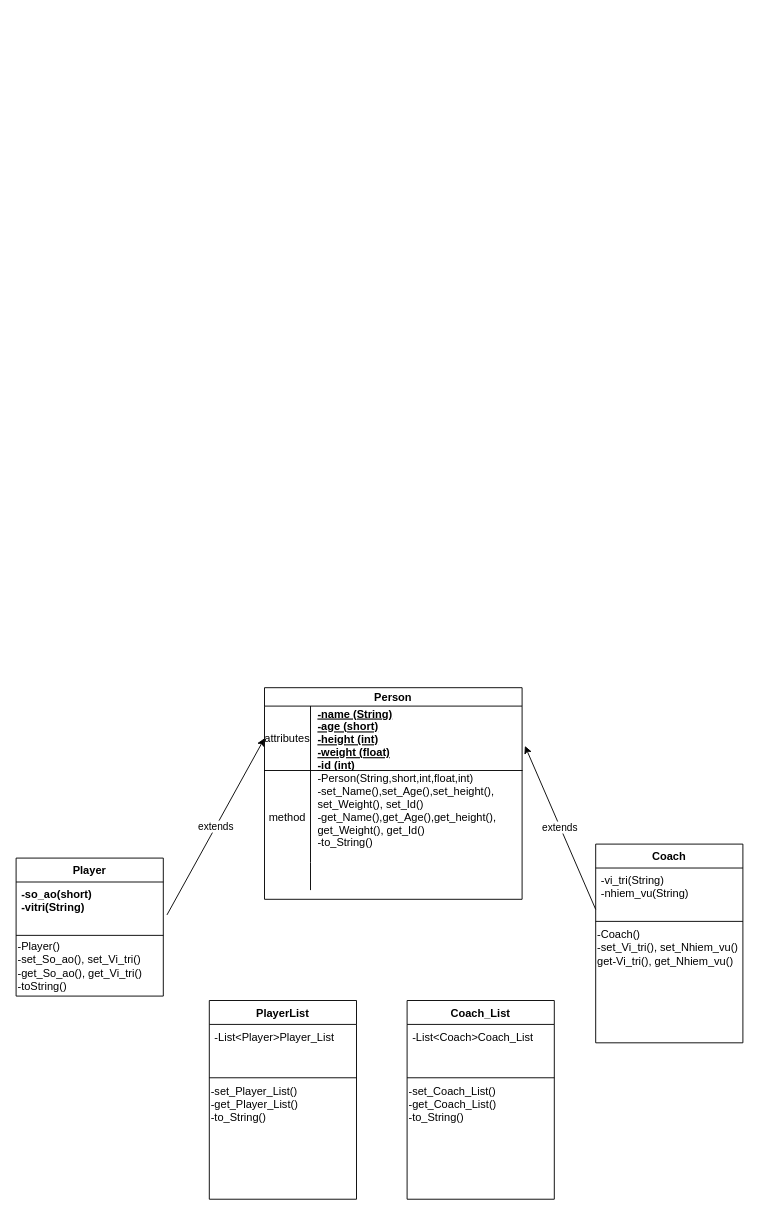
Earlier version of the draw.io diagram Untitled Diagram.drawio (ThanhVuNe/test). Source tidied: cells renumbered, new cells numbered last; positions are measured from the earlier drawing's top-left corner, leaving out a move shared by most shapes. Both pictures are drawn from the tidied source at 92%, with x=0, y=0 at pixel (16, 687).
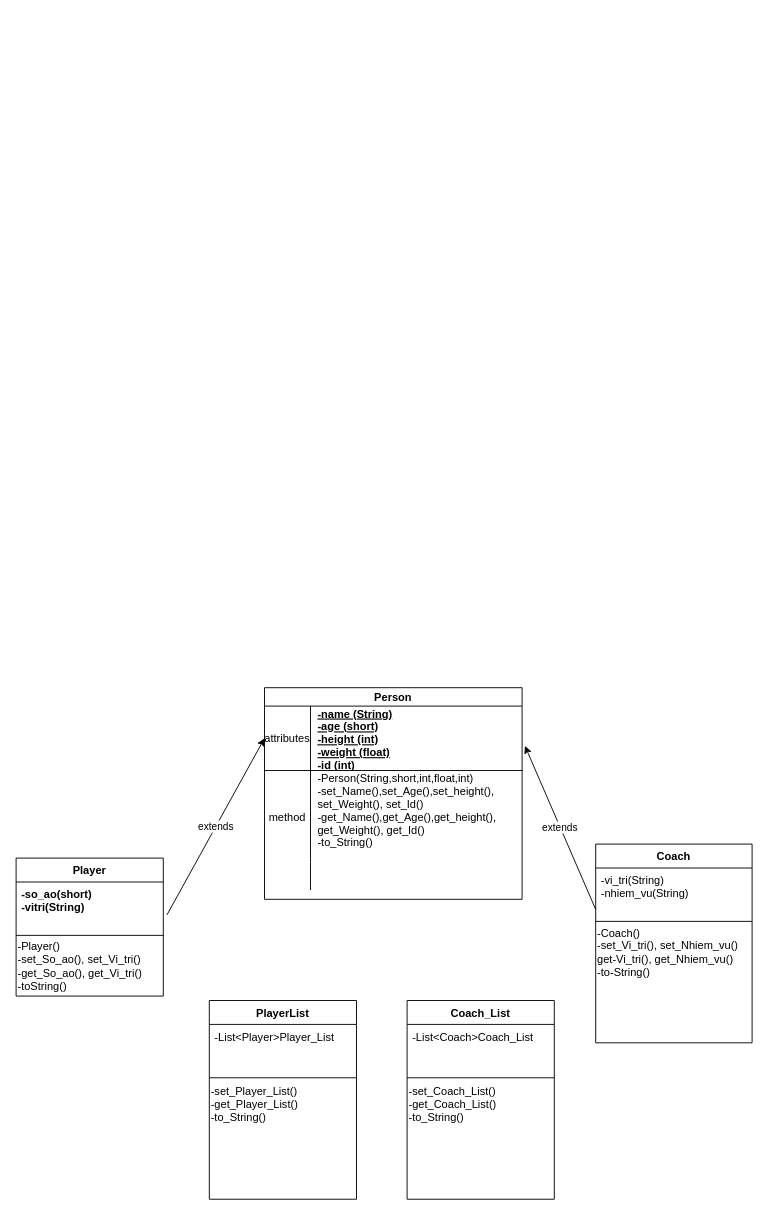
Above is the later version.

What changed in the source:
```diff
@@
     <mxCell id="6" value="Coach" style="swimlane;fontStyle=1;align=center;verticalAlign=top;horizontal=1;startSize=26;rounded=0;shadow=0;strokeWidth=1;" parent="1" vertex="1">
-      <mxGeometry x="630" y="170" width="160" height="216" as="geometry" />
+      <mxGeometry x="630" y="170" width="170" height="216" as="geometry" />
     </mxCell>
     <mxCell id="7" value="-vi_tri(String)&#10;-nhiem_vu(String)" style="text;align=left;verticalAlign=top;spacingLeft=4;spacingRight=4;overflow=hidden;points=[[0,0.5],[1,0.5]];portConstraint=eastwest;" parent="6" vertex="1">
-      <mxGeometry y="26" width="160" height="54" as="geometry" />
+      <mxGeometry y="26" width="170" height="54" as="geometry" />
     </mxCell>
     <mxCell id="8" style="line;html=1;strokeWidth=1;align=left;verticalAlign=middle;spacingTop=-1;spacingLeft=3;spacingRight=3;labelPosition=right;" parent="6" vertex="1">
-      <mxGeometry y="80" width="160" height="8" as="geometry" />
+      <mxGeometry y="80" width="170" height="8" as="geometry" />
     </mxCell>
-    <mxCell id="9" value="-Coach()&lt;br&gt;-set_Vi_tri(), set_Nhiem_vu()&lt;br&gt;get-Vi_tri(), get_Nhiem_vu()&lt;br&gt;" style="text;html=1;align=left;verticalAlign=middle;strokeColor=none;fillColor=none;" parent="6" vertex="1">
-      <mxGeometry y="88" width="160" height="50" as="geometry" />
+    <mxCell id="9" value="-Coach()&lt;br&gt;-set_Vi_tri(), set_Nhiem_vu()&lt;br&gt;get-Vi_tri(), get_Nhiem_vu()&lt;br&gt;-to-String()" style="text;html=1;align=left;verticalAlign=middle;strokeColor=none;fillColor=none;" parent="6" vertex="1">
+      <mxGeometry y="88" width="170" height="60" as="geometry" />
     </mxCell>
@@
+    <mxCell id="33" style="text;html=1;align=center;verticalAlign=middle;strokeColor=none;fillColor=none;" parent="1" vertex="1">
+      <mxGeometry x="290" y="-730" width="20" height="20" as="geometry" />
+    </mxCell>
```
